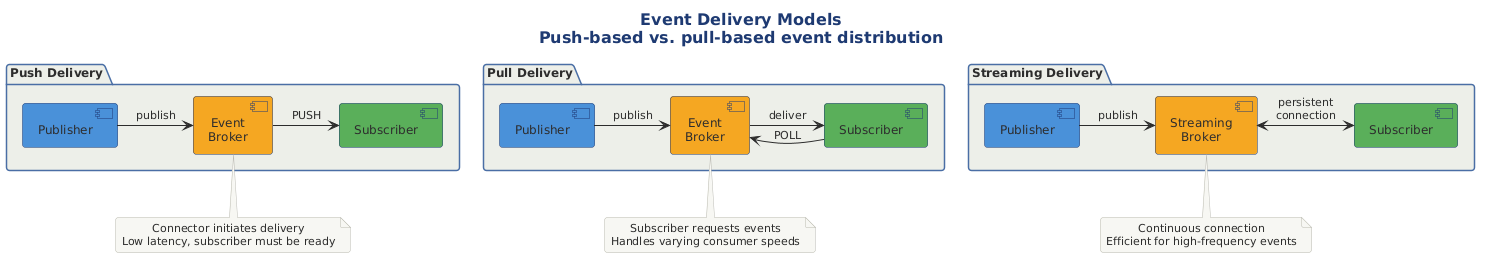
Above: src/architecture/views-and-beyond/style-catalogs/component-and-connector/publish-subscribe-style/png/event-delivery-models-push-based-vs-pull.png in Notoriousjayy/latex-docs (PlantUML), before the change. The source it was exported from:
```plantuml
@startuml

title Event Delivery Models\nPush-based vs. pull-based event distribution

!include ../../../../../../tooling/styles/plantuml/structural/package-diagram-style.iuml

package "Push Delivery" {
    component "Publisher" as PP #4A90D9
    component "Event\nBroker" as PB #F5A623
    component "Subscriber" as PS #5BAE5B

    PP -right-> PB : publish
    PB -right-> PS : PUSH
}

note bottom of PB
  Connector initiates delivery
  Low latency, subscriber must be ready
end note

package "Pull Delivery" {
    component "Publisher" as LP #4A90D9
    component "Event\nBroker" as LB #F5A623
    component "Subscriber" as LS #5BAE5B

    LP -right-> LB : publish
    LS -left-> LB : POLL
    LB -right-> LS : deliver
}

note bottom of LB
  Subscriber requests events
  Handles varying consumer speeds
end note

package "Streaming Delivery" {
    component "Publisher" as SP #4A90D9
    component "Streaming\nBroker" as SB #F5A623
    component "Subscriber" as SS #5BAE5B

    SP -right-> SB : publish
    SB <-right-> SS : persistent\nconnection
}

note bottom of SB
  Continuous connection
  Efficient for high-frequency events
end note

@enduml
```
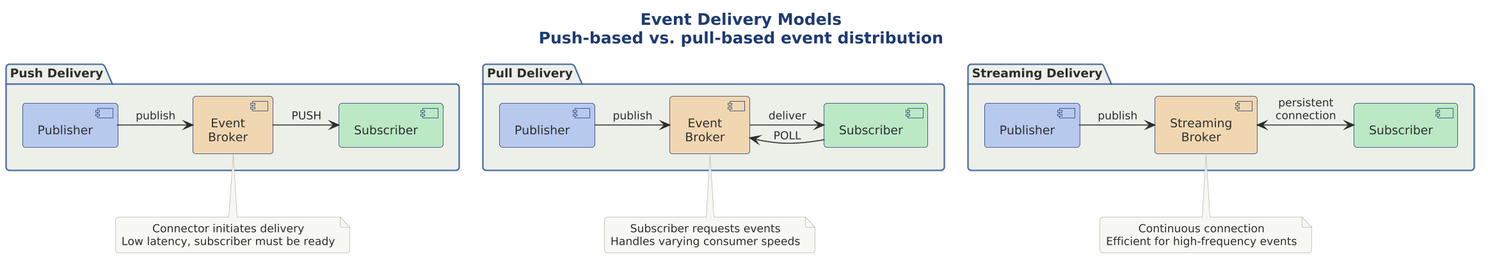
After the commit.

Change to the diagram source:
```diff
@@ -1,13 +1,18 @@
 @startuml
+
+skinparam dpi 150
+
+
+
 
 title Event Delivery Models\nPush-based vs. pull-based event distribution
 
 !include ../../../../../../tooling/styles/plantuml/structural/package-diagram-style.iuml
 
 package "Push Delivery" {
-    component "Publisher" as PP #4A90D9
-    component "Event\nBroker" as PB #F5A623
-    component "Subscriber" as PS #5BAE5B
+    component "Publisher" as PP $deep_primary
+    component "Event\nBroker" as PB $deep_caution
+    component "Subscriber" as PS $deep_ok
 
     PP -right-> PB : publish
     PB -right-> PS : PUSH
@@ -19,9 +24,9 @@
 end note
 
 package "Pull Delivery" {
-    component "Publisher" as LP #4A90D9
-    component "Event\nBroker" as LB #F5A623
-    component "Subscriber" as LS #5BAE5B
+    component "Publisher" as LP $deep_primary
+    component "Event\nBroker" as LB $deep_caution
+    component "Subscriber" as LS $deep_ok
 
     LP -right-> LB : publish
     LS -left-> LB : POLL
@@ -34,9 +39,9 @@
 end note
 
 package "Streaming Delivery" {
-    component "Publisher" as SP #4A90D9
-    component "Streaming\nBroker" as SB #F5A623
-    component "Subscriber" as SS #5BAE5B
+    component "Publisher" as SP $deep_primary
+    component "Streaming\nBroker" as SB $deep_caution
+    component "Subscriber" as SS $deep_ok
 
     SP -right-> SB : publish
     SB <-right-> SS : persistent\nconnection
```
